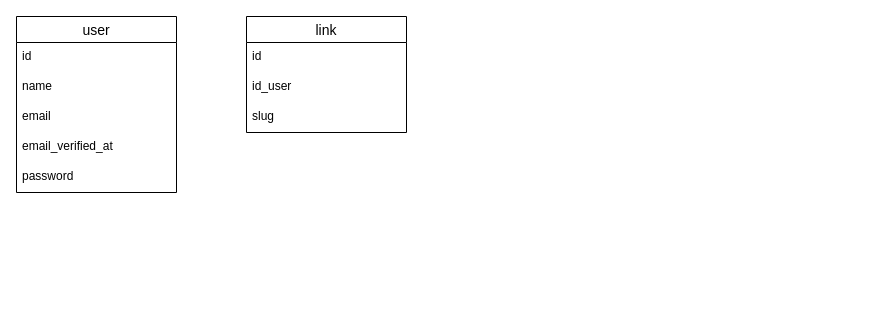
Above: UniLink.drawio in frecautanigor/frecautanigor.github.io (draw.io), before the change. Source tidied: cells renumbered, new cells numbered last; positions are measured from the earlier drawing's top-left corner, leaving out a move shared by most shapes. Both pictures are drawn from the tidied source at 100%, with x=0, y=0 at pixel (16, 16).
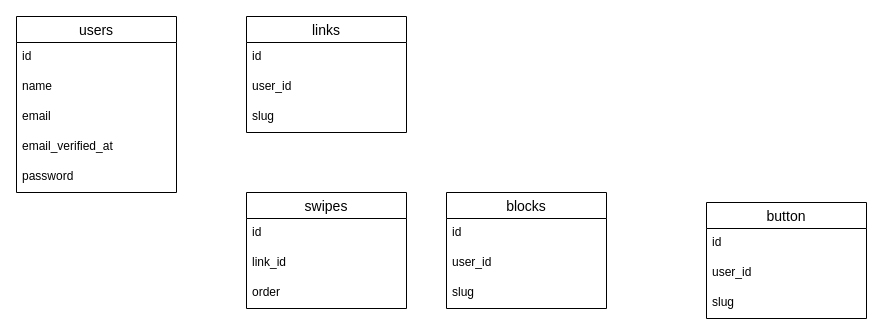
The same diagram, later.

What changed in the source:
```diff
@@
-    <mxCell id="2" value="user" style="swimlane;fontStyle=0;horizontal=1;startSize=26;align=center;fontSize=14;" parent="1" vertex="1">
+    <mxCell id="2" value="users" style="swimlane;fontStyle=0;horizontal=1;startSize=26;align=center;fontSize=14;" parent="1" vertex="1">
       <mxGeometry width="160" height="176" as="geometry" />
     </mxCell>
@@
-    <mxCell id="8" value="link" style="swimlane;fontStyle=0;horizontal=1;startSize=26;align=center;fontSize=14;" parent="1" vertex="1">
+    <mxCell id="8" value="links" style="swimlane;fontStyle=0;horizontal=1;startSize=26;align=center;fontSize=14;" parent="1" vertex="1">
       <mxGeometry x="230" width="160" height="116" as="geometry" />
     </mxCell>
@@
-    <mxCell id="10" value="id_user" style="text;strokeColor=none;fillColor=none;spacingLeft=4;spacingRight=4;overflow=hidden;fontSize=12;" parent="8" vertex="1">
+    <mxCell id="10" value="user_id" style="text;strokeColor=none;fillColor=none;spacingLeft=4;spacingRight=4;overflow=hidden;fontSize=12;" parent="8" vertex="1">
       <mxGeometry y="56" width="160" height="30" as="geometry" />
     </mxCell>
@@
+    <mxCell id="12" value="swipes" style="swimlane;fontStyle=0;horizontal=1;startSize=26;align=center;fontSize=14;" parent="1" vertex="1">
+      <mxGeometry x="230" y="176" width="160" height="116" as="geometry" />
+    </mxCell>
+    <mxCell id="13" value="id" style="text;strokeColor=none;fillColor=none;spacingLeft=4;spacingRight=4;overflow=hidden;fontSize=12;" parent="12" vertex="1">
+      <mxGeometry y="26" width="160" height="30" as="geometry" />
+    </mxCell>
+    <mxCell id="14" value="link_id" style="text;strokeColor=none;fillColor=none;spacingLeft=4;spacingRight=4;overflow=hidden;fontSize=12;" parent="12" vertex="1">
+      <mxGeometry y="56" width="160" height="30" as="geometry" />
+    </mxCell>
+    <mxCell id="15" value="order" style="text;strokeColor=none;fillColor=none;spacingLeft=4;spacingRight=4;overflow=hidden;fontSize=12;" parent="12" vertex="1">
+      <mxGeometry y="86" width="160" height="30" as="geometry" />
+    </mxCell>
+    <mxCell id="16" value="blocks" style="swimlane;fontStyle=0;horizontal=1;startSize=26;align=center;fontSize=14;" parent="1" vertex="1">
+      <mxGeometry x="430" y="176" width="160" height="116" as="geometry" />
+    </mxCell>
+    <mxCell id="17" value="id" style="text;strokeColor=none;fillColor=none;spacingLeft=4;spacingRight=4;overflow=hidden;fontSize=12;" parent="16" vertex="1">
+      <mxGeometry y="26" width="160" height="30" as="geometry" />
+    </mxCell>
+    <mxCell id="18" value="user_id" style="text;strokeColor=none;fillColor=none;spacingLeft=4;spacingRight=4;overflow=hidden;fontSize=12;" parent="16" vertex="1">
+      <mxGeometry y="56" width="160" height="30" as="geometry" />
+    </mxCell>
+    <mxCell id="19" value="slug" style="text;strokeColor=none;fillColor=none;spacingLeft=4;spacingRight=4;overflow=hidden;fontSize=12;" parent="16" vertex="1">
+      <mxGeometry y="86" width="160" height="30" as="geometry" />
+    </mxCell>
+    <mxCell id="20" value="button" style="swimlane;fontStyle=0;horizontal=1;startSize=26;align=center;fontSize=14;" parent="1" vertex="1">
+      <mxGeometry x="690" y="186" width="160" height="116" as="geometry" />
+    </mxCell>
+    <mxCell id="21" value="id" style="text;strokeColor=none;fillColor=none;spacingLeft=4;spacingRight=4;overflow=hidden;fontSize=12;" parent="20" vertex="1">
+      <mxGeometry y="26" width="160" height="30" as="geometry" />
+    </mxCell>
+    <mxCell id="22" value="user_id" style="text;strokeColor=none;fillColor=none;spacingLeft=4;spacingRight=4;overflow=hidden;fontSize=12;" parent="20" vertex="1">
+      <mxGeometry y="56" width="160" height="30" as="geometry" />
+    </mxCell>
+    <mxCell id="23" value="slug" style="text;strokeColor=none;fillColor=none;spacingLeft=4;spacingRight=4;overflow=hidden;fontSize=12;" parent="20" vertex="1">
+      <mxGeometry y="86" width="160" height="30" as="geometry" />
+    </mxCell>
```
